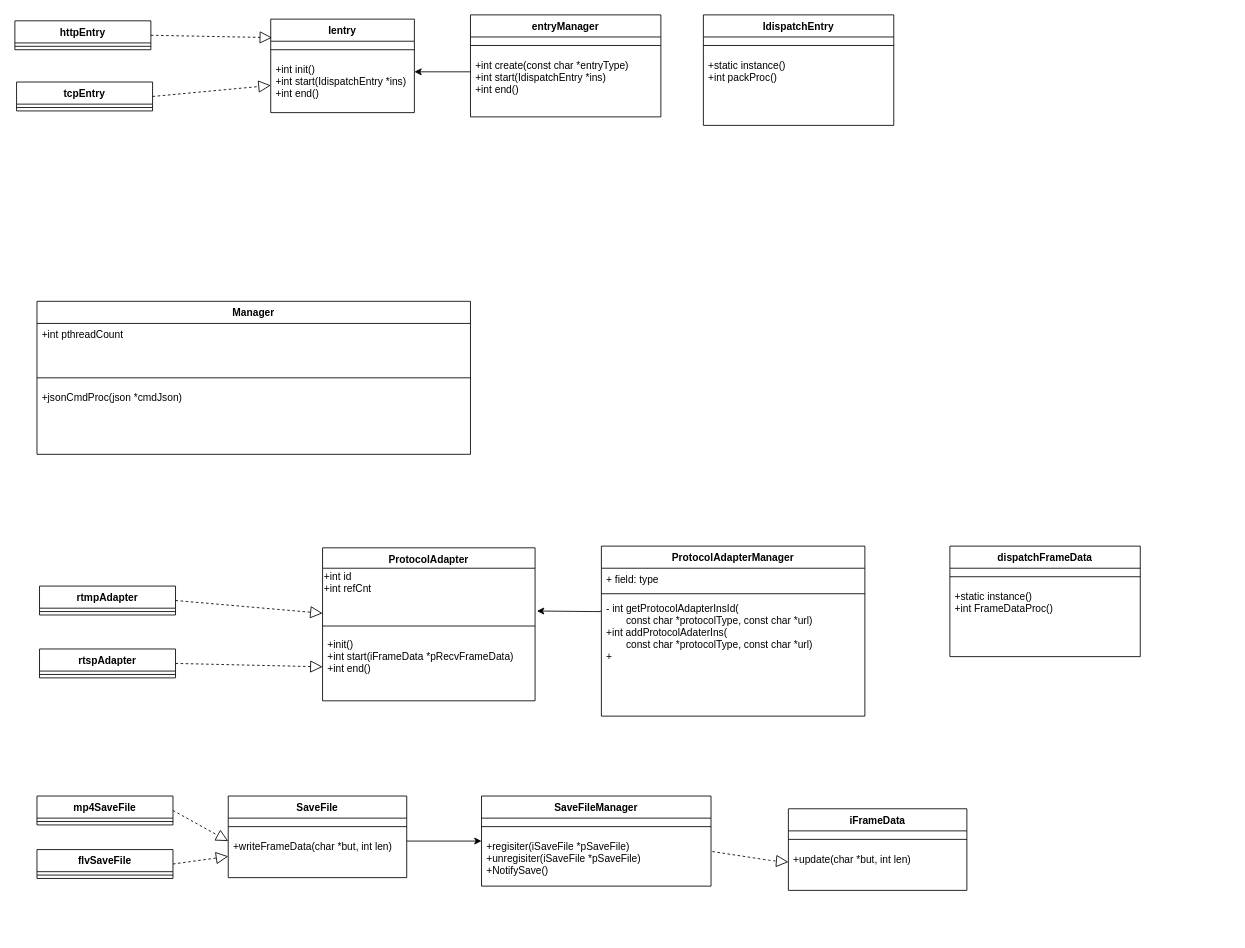
Above: 巡课uml.drawio in huangPeiLc/drawio (draw.io), before the change. Source tidied: cells renumbered, new cells numbered last; positions are measured from the earlier drawing's top-left corner, leaving out a move shared by most shapes. Both pictures are drawn from the tidied source at 85%, with x=0, y=0 at pixel (14, 14).
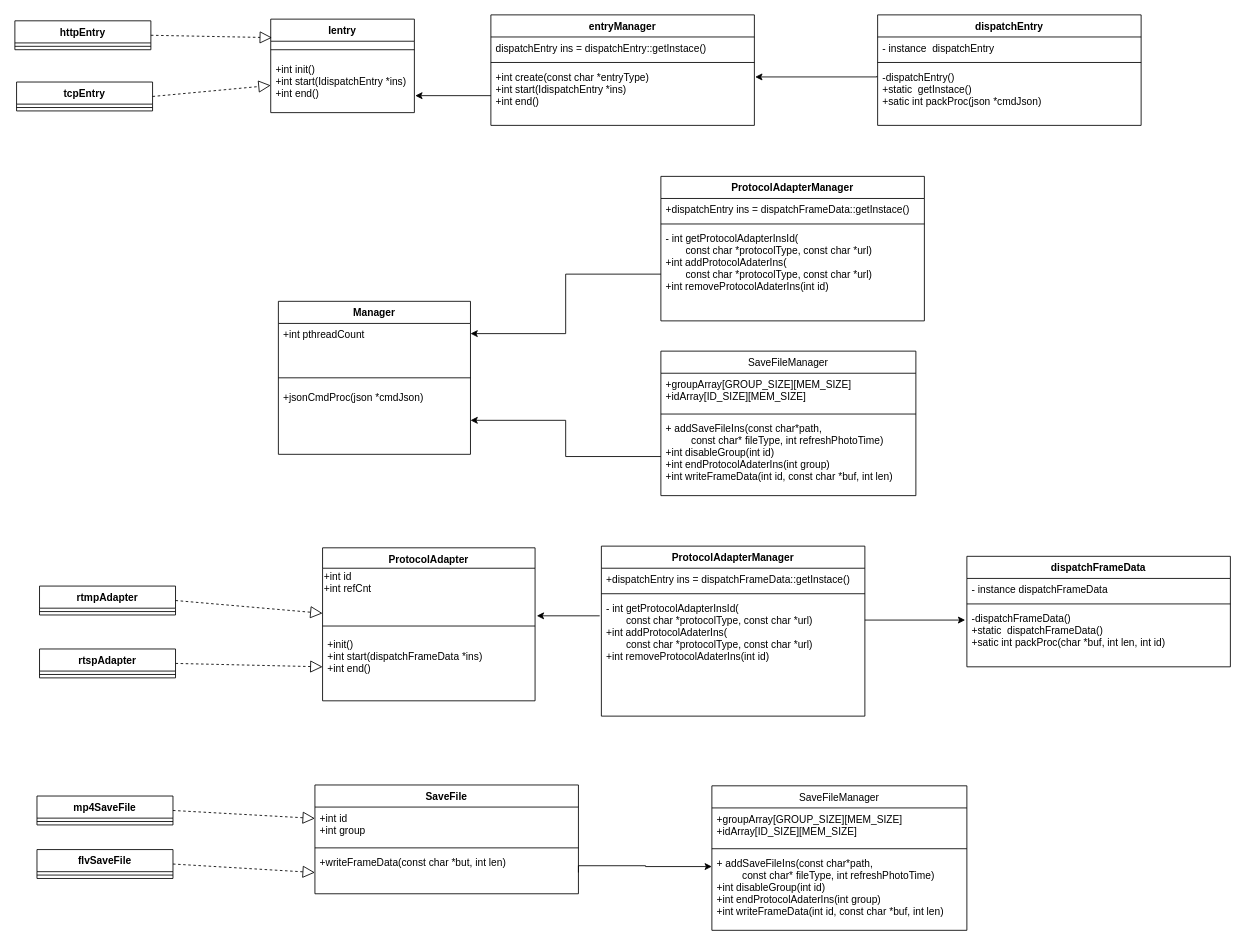
The same diagram, later.

Unchanged cells that the change refers to:
```xml
<mxCell id="2" value="ProtocolAdapter&#10;" style="swimlane;fontStyle=1;align=center;verticalAlign=top;horizontal=1;startSize=24;" parent="1" vertex="1">
  <mxGeometry x="362" y="627" width="250" height="180" as="geometry" />
</mxCell>
<mxCell id="24" value="mp4SaveFile&#10;" style="swimlane;fontStyle=1;align=center;verticalAlign=top;horizontal=1;startSize=26;" parent="1" vertex="1">
  <mxGeometry x="26" y="919" width="160" height="34" as="geometry" />
</mxCell>
<mxCell id="26" value="flvSaveFile" style="swimlane;fontStyle=1;align=center;verticalAlign=top;horizontal=1;startSize=26;" parent="1" vertex="1">
  <mxGeometry x="26" y="982" width="160" height="34" as="geometry" />
</mxCell>
<mxCell id="35" value="+int init()&#10;+int start(IdispatchEntry *ins)&#10;+int end()&#10;" style="text;strokeColor=none;fillColor=none;align=left;verticalAlign=top;spacingLeft=4;spacingRight=4;overflow=hidden;points=[[0,0.5],[1,0.5]];portConstraint=eastwest;" parent="33" vertex="1">
  <mxGeometry y="46" width="169" height="64" as="geometry" />
</mxCell>
<mxCell id="49" value="ProtocolAdapterManager&#10;" style="swimlane;fontStyle=1;align=center;verticalAlign=top;horizontal=1;startSize=26;" parent="1" vertex="1">
  <mxGeometry x="690" y="625" width="310" height="200" as="geometry" />
</mxCell>
```

Change to the diagram source:
```diff
@@
-    <mxCell id="5" value="+init()&#10;+int start(iFrameData *pRecvFrameData)&#10;+int end()" style="text;strokeColor=none;fillColor=none;align=left;verticalAlign=top;spacingLeft=4;spacingRight=4;overflow=hidden;points=[[0,0.5],[1,0.5]];portConstraint=eastwest;" parent="2" vertex="1">
+    <mxCell id="5" value="+init()&#10;+int start(dispatchFrameData *ins)&#10;+int end()" style="text;strokeColor=none;fillColor=none;align=left;verticalAlign=top;spacingLeft=4;spacingRight=4;overflow=hidden;points=[[0,0.5],[1,0.5]];portConstraint=eastwest;" parent="2" vertex="1">
       <mxGeometry y="100" width="250" height="80" as="geometry" />
     </mxCell>
@@
-    <mxCell id="12" value="SaveFileManager&#10;" style="swimlane;fontStyle=1;align=center;verticalAlign=top;horizontal=1;startSize=26;" parent="1" vertex="1">
-      <mxGeometry x="549" y="919" width="270" height="106" as="geometry" />
-    </mxCell>
-    <mxCell id="13" style="line;strokeWidth=1;fillColor=none;align=left;verticalAlign=middle;spacingTop=-1;spacingLeft=3;spacingRight=3;labelPosition=right;" parent="12" vertex="1">
-      <mxGeometry y="26" width="270" height="20" as="geometry" />
-    </mxCell>
-    <mxCell id="14" value="+regisiter(iSaveFile *pSaveFile)&#10;+unregisiter(iSaveFile *pSaveFile)&#10;+NotifySave()" style="text;strokeColor=none;fillColor=none;align=left;verticalAlign=top;spacingLeft=4;spacingRight=4;overflow=hidden;points=[[0,0.5],[1,0.5]];portConstraint=eastwest;" parent="12" vertex="1">
-      <mxGeometry y="46" width="270" height="60" as="geometry" />
-    </mxCell>
-    <mxCell id="15" value="iFrameData&#10;" style="swimlane;fontStyle=1;align=center;verticalAlign=top;horizontal=1;startSize=26;" parent="1" vertex="1">
-      <mxGeometry x="910" y="934" width="210" height="96" as="geometry" />
-    </mxCell>
-    <mxCell id="16" style="line;strokeWidth=1;fillColor=none;align=left;verticalAlign=middle;spacingTop=-1;spacingLeft=3;spacingRight=3;labelPosition=right;" parent="15" vertex="1">
-      <mxGeometry y="26" width="210" height="20" as="geometry" />
-    </mxCell>
-    <mxCell id="17" value="+update(char *but, int len)&#10;" style="text;strokeColor=none;fillColor=none;align=left;verticalAlign=top;spacingLeft=4;spacingRight=4;overflow=hidden;points=[[0,0.5],[1,0.5]];portConstraint=eastwest;" parent="15" vertex="1">
-      <mxGeometry y="46" width="210" height="50" as="geometry" />
-    </mxCell>
-    <mxCell id="18" style="endArrow=block;dashed=1;endFill=0;endSize=12;html=1;exitX=1.006;exitY=0.322;exitDx=0;exitDy=0;exitPerimeter=0;" parent="1" edge="1" source="14" target="17">
-      <mxGeometry relative="1" as="geometry">
-        <Array as="points">
-          <mxPoint x="890" y="995" />
-        </Array>
-      </mxGeometry>
-    </mxCell>
-    <mxCell id="19" value="SaveFile&#10;" style="swimlane;fontStyle=1;align=center;verticalAlign=top;horizontal=1;startSize=26;" parent="1" vertex="1">
-      <mxGeometry x="251" y="919" width="210" height="96" as="geometry" />
-    </mxCell>
-    <mxCell id="20" style="line;strokeWidth=1;fillColor=none;align=left;verticalAlign=middle;spacingTop=-1;spacingLeft=3;spacingRight=3;labelPosition=right;" parent="19" vertex="1">
-      <mxGeometry y="26" width="210" height="20" as="geometry" />
-    </mxCell>
-    <mxCell id="21" value="+writeFrameData(char *but, int len)&#10;" style="text;strokeColor=none;fillColor=none;align=left;verticalAlign=top;spacingLeft=4;spacingRight=4;overflow=hidden;points=[[0,0.5],[1,0.5]];portConstraint=eastwest;" parent="19" vertex="1">
-      <mxGeometry y="46" width="210" height="50" as="geometry" />
-    </mxCell>
-    <mxCell id="22" style="edgeStyle=orthogonalEdgeStyle;rounded=0;orthogonalLoop=1;jettySize=auto;html=1;exitX=1;exitY=0.5;exitDx=0;exitDy=0;entryX=0;entryY=0.5;entryDx=0;entryDy=0;" parent="1" edge="1">
-      <mxGeometry relative="1" as="geometry">
-        <mxPoint x="461" y="972" as="sourcePoint" />
-        <mxPoint x="549" y="972" as="targetPoint" />
-      </mxGeometry>
-    </mxCell>
-    <mxCell id="23" style="endArrow=block;dashed=1;endFill=0;endSize=12;html=1;exitX=1;exitY=0.5;exitDx=0;exitDy=0;entryX=0;entryY=0.5;entryDx=0;entryDy=0;" parent="1" edge="1" source="26" target="21">
+    <mxCell id="23" style="endArrow=block;dashed=1;endFill=0;endSize=12;html=1;exitX=1;exitY=0.5;exitDx=0;exitDy=0;entryX=0;entryY=0.5;entryDx=0;entryDy=0;" parent="1" edge="1" source="26" target="79">
       <mxGeometry relative="1" as="geometry" />
     </mxCell>
@@
-    <mxCell id="28" style="endArrow=block;dashed=1;endFill=0;endSize=12;html=1;exitX=1;exitY=0.5;exitDx=0;exitDy=0;entryX=0;entryY=0.5;entryDx=0;entryDy=0;" parent="1" edge="1" source="24">
-      <mxGeometry relative="1" as="geometry">
-        <mxPoint x="251" y="972" as="targetPoint" />
-      </mxGeometry>
+    <mxCell id="28" style="endArrow=block;dashed=1;endFill=0;endSize=12;html=1;exitX=1;exitY=0.5;exitDx=0;exitDy=0;" parent="1" edge="1" source="24" target="77">
+      <mxGeometry relative="1" as="geometry" />
     </mxCell>
     <mxCell id="29" value="Manager" style="swimlane;fontStyle=1;align=center;verticalAlign=top;horizontal=1;startSize=26;" parent="1" vertex="1">
-      <mxGeometry x="26" y="337" width="510" height="180" as="geometry" />
+      <mxGeometry x="310" y="337" width="226" height="180" as="geometry" />
     </mxCell>
     <mxCell id="30" value="+int pthreadCount&#10;&#10;&#10;" style="text;strokeColor=none;fillColor=none;align=left;verticalAlign=top;spacingLeft=4;spacingRight=4;overflow=hidden;points=[[0,0.5],[1,0.5]];portConstraint=eastwest;" parent="29" vertex="1">
-      <mxGeometry y="26" width="510" height="54" as="geometry" />
+      <mxGeometry y="26" width="226" height="54" as="geometry" />
     </mxCell>
     <mxCell id="31" style="line;strokeWidth=1;fillColor=none;align=left;verticalAlign=middle;spacingTop=-1;spacingLeft=3;spacingRight=3;labelPosition=right;" parent="29" vertex="1">
-      <mxGeometry y="80" width="510" height="20" as="geometry" />
+      <mxGeometry y="80" width="226" height="20" as="geometry" />
     </mxCell>
     <mxCell id="32" value="+jsonCmdProc(json *cmdJson)&#10;" style="text;strokeColor=none;fillColor=none;align=left;verticalAlign=top;spacingLeft=4;spacingRight=4;overflow=hidden;points=[[0,0.5],[1,0.5]];portConstraint=eastwest;" parent="29" vertex="1">
-      <mxGeometry y="100" width="510" height="80" as="geometry" />
+      <mxGeometry y="100" width="226" height="80" as="geometry" />
     </mxCell>
@@
-    <mxCell id="42" value="entryManager" style="swimlane;fontStyle=1;align=center;verticalAlign=top;horizontal=1;startSize=26;" parent="1" vertex="1">
-      <mxGeometry x="536" width="224" height="120" as="geometry" />
-    </mxCell>
-    <mxCell id="43" style="line;strokeWidth=1;fillColor=none;align=left;verticalAlign=middle;spacingTop=-1;spacingLeft=3;spacingRight=3;labelPosition=right;" parent="42" vertex="1">
-      <mxGeometry y="26" width="224" height="20" as="geometry" />
-    </mxCell>
-    <mxCell id="44" value="+int create(const char *entryType)&#10;+int start(IdispatchEntry *ins)&#10;+int end()&#10;&#10;&#10;" style="text;strokeColor=none;fillColor=none;align=left;verticalAlign=top;spacingLeft=4;spacingRight=4;overflow=hidden;points=[[0,0.5],[1,0.5]];portConstraint=eastwest;" parent="42" vertex="1">
-      <mxGeometry y="46" width="224" height="74" as="geometry" />
-    </mxCell>
-    <mxCell id="45" style="edgeStyle=orthogonalEdgeStyle;rounded=0;orthogonalLoop=1;jettySize=auto;html=1;" parent="1" edge="1">
-      <mxGeometry relative="1" as="geometry">
-        <mxPoint x="536" y="67" as="sourcePoint" />
-        <mxPoint x="470" y="67" as="targetPoint" />
-        <Array as="points">
-          <mxPoint x="536" y="67" />
-          <mxPoint x="470" y="67" />
-        </Array>
-      </mxGeometry>
+    <mxCell id="45" style="edgeStyle=orthogonalEdgeStyle;rounded=0;jettySize=auto;html=1;entryX=1.006;entryY=0.688;entryDx=0;entryDy=0;entryPerimeter=0;" parent="1" edge="1" source="44" target="35">
+      <mxGeometry relative="1" as="geometry" />
     </mxCell>
-    <mxCell id="46" value="IdispatchEntry" style="swimlane;fontStyle=1;align=center;verticalAlign=top;horizontal=1;startSize=26;" parent="1" vertex="1">
-      <mxGeometry x="810" width="224" height="130" as="geometry" />
-    </mxCell>
-    <mxCell id="47" style="line;strokeWidth=1;fillColor=none;align=left;verticalAlign=middle;spacingTop=-1;spacingLeft=3;spacingRight=3;labelPosition=right;" parent="46" vertex="1">
-      <mxGeometry y="26" width="224" height="20" as="geometry" />
-    </mxCell>
-    <mxCell id="48" value="+static instance()&#10;+int packProc()&#10;&#10;&#10;" style="text;strokeColor=none;fillColor=none;align=left;verticalAlign=top;spacingLeft=4;spacingRight=4;overflow=hidden;" parent="46" vertex="1">
-      <mxGeometry y="46" width="224" height="84" as="geometry" />
-    </mxCell>
@@
-    <mxCell id="50" value="+ field: type" style="text;strokeColor=none;fillColor=none;align=left;verticalAlign=top;spacingLeft=4;spacingRight=4;overflow=hidden;" parent="49" vertex="1">
+    <mxCell id="50" value="+dispatchEntry ins = dispatchFrameData::getInstace()" style="text;strokeColor=none;fillColor=none;align=left;verticalAlign=top;spacingLeft=4;spacingRight=4;overflow=hidden;" parent="49" vertex="1">
       <mxGeometry y="26" width="310" height="26" as="geometry" />
     </mxCell>
@@
-    <mxCell id="52" value="- int getProtocolAdapterInsId(&#10;       const char *protocolType, const char *url)&#10;+int addProtocolAdaterIns(&#10;       const char *protocolType, const char *url)&#10;+&#10;" style="text;strokeColor=none;fillColor=none;align=left;verticalAlign=top;spacingLeft=4;spacingRight=4;overflow=hidden;points=[[0,0.5],[1,0.5]];portConstraint=eastwest;" parent="49" vertex="1">
+    <mxCell id="52" value="- int getProtocolAdapterInsId(&#10;       const char *protocolType, const char *url)&#10;+int addProtocolAdaterIns(&#10;       const char *protocolType, const char *url)&#10;+int removeProtocolAdaterIns(int id)" style="text;strokeColor=none;fillColor=none;align=left;verticalAlign=top;spacingLeft=4;spacingRight=4;overflow=hidden;points=[[0,0.5],[1,0.5]];portConstraint=eastwest;" parent="49" vertex="1">
       <mxGeometry y="60" width="310" height="140" as="geometry" />
     </mxCell>
     <mxCell id="53" style="edgeStyle=orthogonalEdgeStyle;rounded=0;orthogonalLoop=1;jettySize=auto;html=1;" parent="1" edge="1">
       <mxGeometry relative="1" as="geometry">
-        <mxPoint x="689" y="701" as="sourcePoint" />
-        <mxPoint x="614.2" y="701.3" as="targetPoint" />
+        <mxPoint x="688" y="707" as="sourcePoint" />
+        <mxPoint x="614" y="707" as="targetPoint" />
         <Array as="points">
-          <mxPoint x="689" y="702" />
-          <mxPoint x="681" y="702" />
+          <mxPoint x="688" y="707" />
         </Array>
       </mxGeometry>
     </mxCell>
+    <mxCell id="57" value="dispatchEntry" style="swimlane;fontStyle=1;align=center;verticalAlign=top;horizontal=1;startSize=26;" parent="1" vertex="1">
+      <mxGeometry x="1015" width="310" height="130" as="geometry" />
+    </mxCell>
+    <mxCell id="58" value="- instance  dispatchEntry" style="text;strokeColor=none;fillColor=none;align=left;verticalAlign=top;spacingLeft=4;spacingRight=4;overflow=hidden;" parent="57" vertex="1">
+      <mxGeometry y="26" width="310" height="26" as="geometry" />
+    </mxCell>
+    <mxCell id="59" style="line;strokeWidth=1;fillColor=none;align=left;verticalAlign=middle;spacingTop=-1;spacingLeft=3;spacingRight=3;labelPosition=right;" parent="57" vertex="1">
+      <mxGeometry y="52" width="310" height="8" as="geometry" />
+    </mxCell>
+    <mxCell id="60" value="-dispatchEntry()&#10;+static  getInstace()&#10;+satic int packProc(json *cmdJson)&#10;&#10;&#10;" style="text;strokeColor=none;fillColor=none;align=left;verticalAlign=top;spacingLeft=4;spacingRight=4;overflow=hidden;points=[[0,0.5],[1,0.5]];portConstraint=eastwest;" parent="57" vertex="1">
+      <mxGeometry y="60" width="310" height="70" as="geometry" />
+    </mxCell>
+    <mxCell id="42" value="entryManager" style="swimlane;fontStyle=1;align=center;verticalAlign=top;horizontal=1;startSize=26;" parent="1" vertex="1">
+      <mxGeometry x="560" width="310" height="130" as="geometry" />
+    </mxCell>
+    <mxCell id="61" value="dispatchEntry ins = dispatchEntry::getInstace()" style="text;strokeColor=none;fillColor=none;align=left;verticalAlign=top;spacingLeft=4;spacingRight=4;overflow=hidden;" parent="42" vertex="1">
+      <mxGeometry y="26" width="310" height="26" as="geometry" />
+    </mxCell>
+    <mxCell id="62" style="line;strokeWidth=1;fillColor=none;align=left;verticalAlign=middle;spacingTop=-1;spacingLeft=3;spacingRight=3;labelPosition=right;" parent="42" vertex="1">
+      <mxGeometry y="52" width="310" height="8" as="geometry" />
+    </mxCell>
+    <mxCell id="44" value="+int create(const char *entryType)&#10;+int start(IdispatchEntry *ins)&#10;+int end()&#10;&#10;&#10;" style="text;strokeColor=none;fillColor=none;align=left;verticalAlign=top;spacingLeft=4;spacingRight=4;overflow=hidden;points=[[0,0.5],[1,0.5]];portConstraint=eastwest;" parent="42" vertex="1">
+      <mxGeometry y="60" width="310" height="70" as="geometry" />
+    </mxCell>
+    <mxCell id="63" style="edgeStyle=orthogonalEdgeStyle;rounded=0;jettySize=auto;html=1;entryX=1.003;entryY=0.186;entryDx=0;entryDy=0;entryPerimeter=0;exitX=-0.003;exitY=0.171;exitDx=0;exitDy=0;exitPerimeter=0;" parent="1" edge="1" source="60" target="44">
+      <mxGeometry relative="1" as="geometry">
+        <Array as="points">
+          <mxPoint x="1014" y="73" />
+        </Array>
+      </mxGeometry>
+    </mxCell>
     <mxCell id="54" value="dispatchFrameData" style="swimlane;fontStyle=1;align=center;verticalAlign=top;horizontal=1;startSize=26;" parent="1" vertex="1">
-      <mxGeometry x="1100" y="625" width="224" height="130" as="geometry" />
+      <mxGeometry x="1120" y="637" width="310" height="130" as="geometry" />
     </mxCell>
-    <mxCell id="55" style="line;strokeWidth=1;fillColor=none;align=left;verticalAlign=middle;spacingTop=-1;spacingLeft=3;spacingRight=3;labelPosition=right;" parent="54" vertex="1">
-      <mxGeometry y="26" width="224" height="20" as="geometry" />
-    </mxCell>
-    <mxCell id="56" value="+static instance()&#10;+int FrameDataProc()&#10;&#10;&#10;" style="text;strokeColor=none;fillColor=none;align=left;verticalAlign=top;spacingLeft=4;spacingRight=4;overflow=hidden;" parent="54" vertex="1">
-      <mxGeometry y="46" width="224" height="84" as="geometry" />
-    </mxCell>
+    <mxCell id="64" value="- instance dispatchFrameData" style="text;strokeColor=none;fillColor=none;align=left;verticalAlign=top;spacingLeft=4;spacingRight=4;overflow=hidden;" parent="54" vertex="1">
+      <mxGeometry y="26" width="310" height="26" as="geometry" />
+    </mxCell>
+    <mxCell id="65" style="line;strokeWidth=1;fillColor=none;align=left;verticalAlign=middle;spacingTop=-1;spacingLeft=3;spacingRight=3;labelPosition=right;" parent="54" vertex="1">
+      <mxGeometry y="52" width="310" height="8" as="geometry" />
+    </mxCell>
+    <mxCell id="66" value="-dispatchFrameData()&#10;+static  dispatchFrameData()&#10;+satic int packProc(char *buf, int len, int id)&#10;&#10;&#10;" style="text;strokeColor=none;fillColor=none;align=left;verticalAlign=top;spacingLeft=4;spacingRight=4;overflow=hidden;" parent="54" vertex="1">
+      <mxGeometry y="60" width="310" height="70" as="geometry" />
+    </mxCell>
+    <mxCell id="67" style="edgeStyle=orthogonalEdgeStyle;rounded=0;jettySize=auto;html=1;" parent="1" edge="1" source="52">
+      <mxGeometry relative="1" as="geometry">
+        <mxPoint x="1118" y="712" as="targetPoint" />
+        <Array as="points">
+          <mxPoint x="1118" y="712" />
+        </Array>
+      </mxGeometry>
+    </mxCell>
+    <mxCell id="68" style="edgeStyle=orthogonalEdgeStyle;rounded=0;jettySize=auto;html=1;entryX=1;entryY=0.222;entryDx=0;entryDy=0;entryPerimeter=0;" parent="1" edge="1" source="72" target="30">
+      <mxGeometry relative="1" as="geometry" />
+    </mxCell>
+    <mxCell id="69" value="ProtocolAdapterManager&#10;" style="swimlane;fontStyle=1;align=center;verticalAlign=top;horizontal=1;startSize=26;" parent="1" vertex="1">
+      <mxGeometry x="760" y="190" width="310" height="170" as="geometry" />
+    </mxCell>
+    <mxCell id="70" value="+dispatchEntry ins = dispatchFrameData::getInstace()" style="text;strokeColor=none;fillColor=none;align=left;verticalAlign=top;spacingLeft=4;spacingRight=4;overflow=hidden;" parent="69" vertex="1">
+      <mxGeometry y="26" width="310" height="26" as="geometry" />
+    </mxCell>
+    <mxCell id="71" style="line;strokeWidth=1;fillColor=none;align=left;verticalAlign=middle;spacingTop=-1;spacingLeft=3;spacingRight=3;labelPosition=right;" parent="69" vertex="1">
+      <mxGeometry y="52" width="310" height="8" as="geometry" />
+    </mxCell>
+    <mxCell id="72" value="- int getProtocolAdapterInsId(&#10;       const char *protocolType, const char *url)&#10;+int addProtocolAdaterIns(&#10;       const char *protocolType, const char *url)&#10;+int removeProtocolAdaterIns(int id)" style="text;strokeColor=none;fillColor=none;align=left;verticalAlign=top;spacingLeft=4;spacingRight=4;overflow=hidden;points=[[0,0.5],[1,0.5]];portConstraint=eastwest;" parent="69" vertex="1">
+      <mxGeometry y="60" width="310" height="110" as="geometry" />
+    </mxCell>
+    <mxCell id="73" value="SaveFileManager&#10;" style="swimlane;fontStyle=0;align=center;verticalAlign=top;horizontal=1;startSize=26;" parent="1" vertex="1">
+      <mxGeometry x="820" y="907" width="300" height="170" as="geometry" />
+    </mxCell>
+    <mxCell id="74" value="+groupArray[GROUP_SIZE][MEM_SIZE]&#10;+idArray[ID_SIZE][MEM_SIZE]&#10;" style="text;strokeColor=none;fillColor=none;align=left;verticalAlign=top;spacingLeft=4;spacingRight=4;overflow=hidden;" parent="73" vertex="1">
+      <mxGeometry y="26" width="300" height="44" as="geometry" />
+    </mxCell>
+    <mxCell id="75" style="line;strokeWidth=1;fillColor=none;align=left;verticalAlign=middle;spacingTop=-1;spacingLeft=3;spacingRight=3;labelPosition=right;" parent="73" vertex="1">
+      <mxGeometry y="70" width="300" height="8" as="geometry" />
+    </mxCell>
+    <mxCell id="76" value="+ addSaveFileIns(const char*path, &#10;         const char* fileType, int refreshPhotoTime)&#10;+int disableGroup(int id)&#10;+int endProtocolAdaterIns(int group)&#10;+int writeFrameData(int id, const char *buf, int len)&#10;" style="text;strokeColor=none;fillColor=none;align=left;verticalAlign=top;spacingLeft=4;spacingRight=4;overflow=hidden;" parent="73" vertex="1">
+      <mxGeometry y="78" width="300" height="92" as="geometry" />
+    </mxCell>
+    <mxCell id="19" value="SaveFile&#10;" style="swimlane;fontStyle=1;align=center;verticalAlign=top;horizontal=1;startSize=26;" parent="1" vertex="1">
+      <mxGeometry x="353" y="906" width="310" height="128" as="geometry" />
+    </mxCell>
+    <mxCell id="77" value="+int id&#10;+int group&#10;&#10;" style="text;strokeColor=none;fillColor=none;align=left;verticalAlign=top;spacingLeft=4;spacingRight=4;overflow=hidden;points=[[0,0.5],[1,0.5]];portConstraint=eastwest;" parent="19" vertex="1">
+      <mxGeometry y="26" width="310" height="44" as="geometry" />
+    </mxCell>
+    <mxCell id="78" style="line;strokeWidth=1;fillColor=none;align=left;verticalAlign=middle;spacingTop=-1;spacingLeft=3;spacingRight=3;labelPosition=right;" parent="19" vertex="1">
+      <mxGeometry y="70" width="310" height="8" as="geometry" />
+    </mxCell>
+    <mxCell id="79" value="+writeFrameData(const char *but, int len)&#10;" style="text;strokeColor=none;fillColor=none;align=left;verticalAlign=top;spacingLeft=4;spacingRight=4;overflow=hidden;points=[[0,0.5],[1,0.5]];portConstraint=eastwest;" parent="19" vertex="1">
+      <mxGeometry y="78" width="310" height="50" as="geometry" />
+    </mxCell>
+    <mxCell id="80" style="edgeStyle=orthogonalEdgeStyle;rounded=0;jettySize=auto;html=1;exitX=1;exitY=0.5;exitDx=0;exitDy=0;" parent="1" edge="1" source="79">
+      <mxGeometry relative="1" as="geometry">
+        <mxPoint x="820" y="1002" as="targetPoint" />
+        <Array as="points">
+          <mxPoint x="663" y="1001" />
+          <mxPoint x="742" y="1001" />
+          <mxPoint x="820" y="1002" />
+        </Array>
+      </mxGeometry>
+    </mxCell>
+    <mxCell id="81" style="edgeStyle=orthogonalEdgeStyle;rounded=0;jettySize=auto;html=1;exitX=0;exitY=0.5;exitDx=0;exitDy=0;entryX=1;entryY=0.5;entryDx=0;entryDy=0;" parent="1" edge="1" source="85" target="32">
+      <mxGeometry relative="1" as="geometry" />
+    </mxCell>
+    <mxCell id="82" value="SaveFileManager&#10;" style="swimlane;fontStyle=0;align=center;verticalAlign=top;horizontal=1;startSize=26;" parent="1" vertex="1">
+      <mxGeometry x="760" y="395.6" width="300" height="170" as="geometry" />
+    </mxCell>
+    <mxCell id="83" value="+groupArray[GROUP_SIZE][MEM_SIZE]&#10;+idArray[ID_SIZE][MEM_SIZE]&#10;" style="text;strokeColor=none;fillColor=none;align=left;verticalAlign=top;spacingLeft=4;spacingRight=4;overflow=hidden;" parent="82" vertex="1">
+      <mxGeometry y="26" width="300" height="44" as="geometry" />
+    </mxCell>
+    <mxCell id="84" style="line;strokeWidth=1;fillColor=none;align=left;verticalAlign=middle;spacingTop=-1;spacingLeft=3;spacingRight=3;labelPosition=right;" parent="82" vertex="1">
+      <mxGeometry y="70" width="300" height="8" as="geometry" />
+    </mxCell>
+    <mxCell id="85" value="+ addSaveFileIns(const char*path, &#10;         const char* fileType, int refreshPhotoTime)&#10;+int disableGroup(int id)&#10;+int endProtocolAdaterIns(int group)&#10;+int writeFrameData(int id, const char *buf, int len)&#10;" style="text;strokeColor=none;fillColor=none;align=left;verticalAlign=top;spacingLeft=4;spacingRight=4;overflow=hidden;points=[[0,0.5],[1,0.5]];portConstraint=eastwest;" parent="82" vertex="1">
+      <mxGeometry y="78" width="300" height="92" as="geometry" />
+    </mxCell>
```
